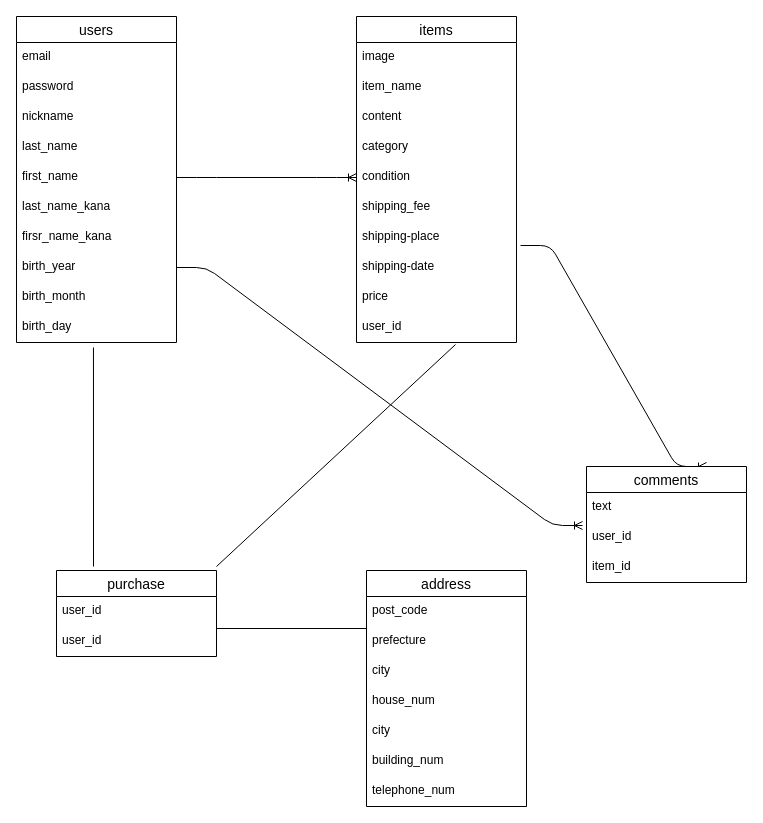
The draw.io diagram furima.dio in choco-ku/furima-30487, before the edit. Source tidied: cells renumbered, new cells numbered last; positions are measured from the earlier drawing's top-left corner, leaving out a move shared by most shapes. Both pictures are drawn from the tidied source at 100%, with x=0, y=0 at pixel (16, 16).
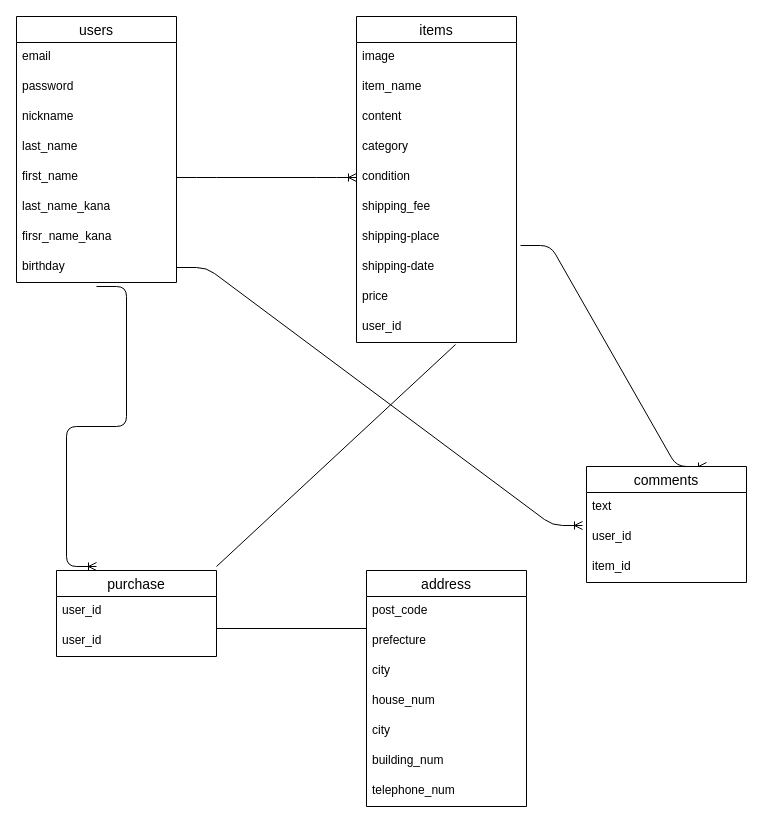
Above is the later version.

Commit message (it also covers changes not shown here):
データベース（修正２）

What changed in the source:
```diff
@@
     <mxCell id="6" value="users" style="swimlane;fontStyle=0;horizontal=1;startSize=26;align=center;fontSize=14;" parent="1" vertex="1">
-      <mxGeometry width="160" height="326" as="geometry" />
+      <mxGeometry width="160" height="266" as="geometry" />
     </mxCell>
@@
-    <mxCell id="14" value="birth_year" style="text;strokeColor=none;fillColor=none;spacingLeft=4;spacingRight=4;overflow=hidden;points=[[0,0.5],[1,0.5]];portConstraint=eastwest;fontSize=12;" parent="6" vertex="1">
+    <mxCell id="14" value="birthday" style="text;strokeColor=none;fillColor=none;spacingLeft=4;spacingRight=4;overflow=hidden;points=[[0,0.5],[1,0.5]];portConstraint=eastwest;fontSize=12;" parent="6" vertex="1">
       <mxGeometry y="236" width="160" height="30" as="geometry" />
     </mxCell>
-    <mxCell id="15" value="birth_month" style="text;strokeColor=none;fillColor=none;spacingLeft=4;spacingRight=4;overflow=hidden;fontSize=12;" parent="6" vertex="1">
-      <mxGeometry y="266" width="160" height="30" as="geometry" />
-    </mxCell>
-    <mxCell id="16" value="birth_day" style="text;strokeColor=none;fillColor=none;spacingLeft=4;spacingRight=4;overflow=hidden;points=[[0,0.5],[1,0.5]];portConstraint=eastwest;fontSize=12;" parent="6" vertex="1">
-      <mxGeometry y="296" width="160" height="30" as="geometry" />
-    </mxCell>
@@
-    <mxCell id="43" style="endArrow=none;html=1;rounded=0;exitX=0.481;exitY=1.167;exitDx=0;exitDy=0;exitPerimeter=0;" parent="1" edge="1" source="16">
-      <mxGeometry relative="1" as="geometry">
-        <mxPoint x="77" y="550" as="targetPoint" />
-      </mxGeometry>
-    </mxCell>
@@
+    <mxCell id="45" style="edgeStyle=entityRelationEdgeStyle;fontSize=12;html=1;endArrow=ERoneToMany;exitX=0.5;exitY=1.133;exitDx=0;exitDy=0;exitPerimeter=0;" parent="1" edge="1" source="14">
+      <mxGeometry relative="1" as="geometry">
+        <mxPoint x="80" y="550" as="targetPoint" />
+      </mxGeometry>
+    </mxCell>
```
